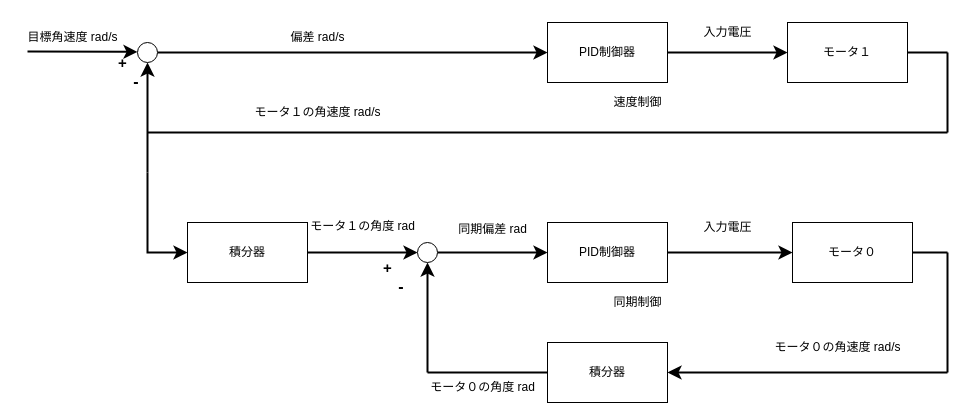
Above: Program/main_tomix/SystemIdentificationData/BlockDiagram/Synchro-tommy.dio in CharHanMaker/CharHanMaker (draw.io), before the change. Source tidied: cells renumbered, new cells numbered last; positions are measured from the earlier drawing's top-left corner, leaving out a move shared by most shapes. Both pictures are drawn from the tidied source at 100%, with x=0, y=0 at pixel (17, 17).
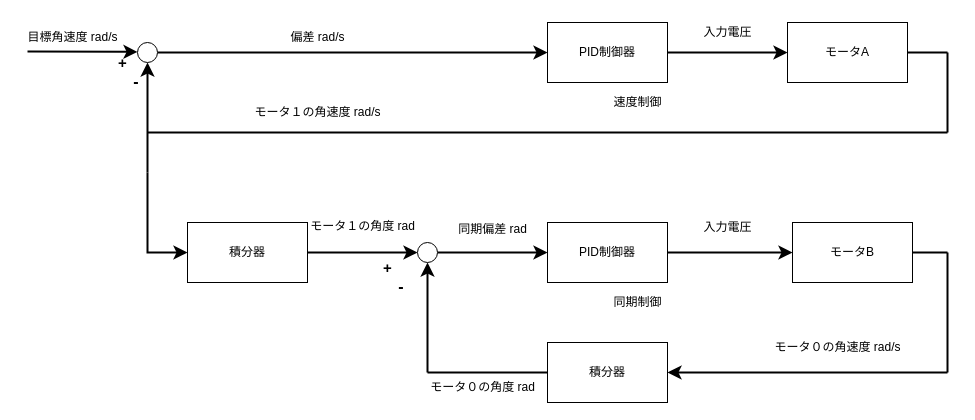
The same diagram, later.

Change to the diagram source:
```diff
@@
-    <mxCell id="8" value="モータ１" style="rounded=0;whiteSpace=wrap;html=1;" parent="1" vertex="1">
+    <mxCell id="8" value="モータA" style="rounded=0;whiteSpace=wrap;html=1;" parent="1" vertex="1">
       <mxGeometry x="770" y="5" width="120" height="60" as="geometry" />
     </mxCell>
@@
-    <mxCell id="30" value="モータ０" style="rounded=0;whiteSpace=wrap;html=1;" parent="1" vertex="1">
+    <mxCell id="30" value="モータB" style="rounded=0;whiteSpace=wrap;html=1;" parent="1" vertex="1">
       <mxGeometry x="775" y="205" width="120" height="60" as="geometry" />
     </mxCell>
```
